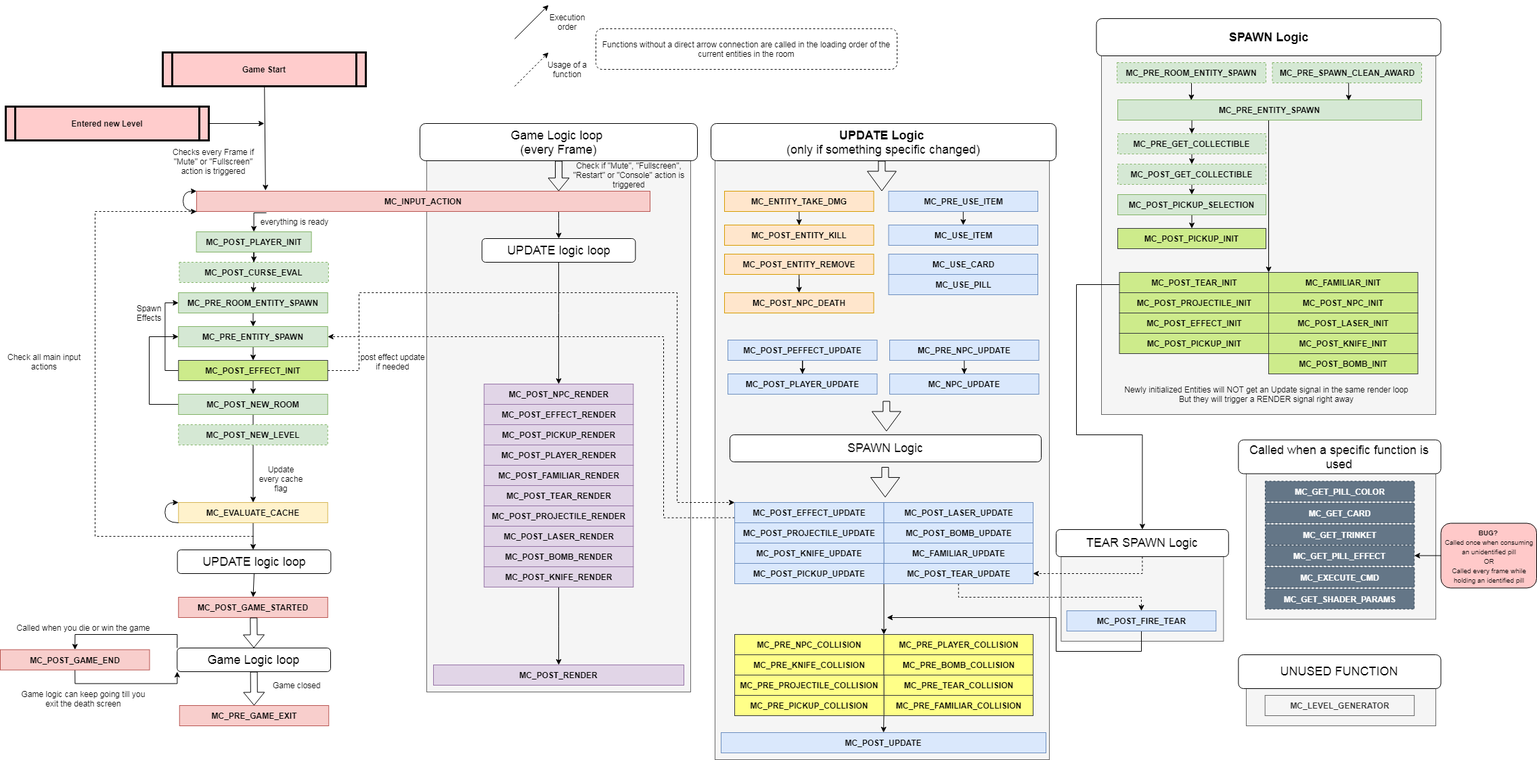
The draw.io diagram docs/images/infographics/Isaac Callbacks.png in wofsauge/IsaacDocs, before a commit. Source tidied: cells renumbered, new cells last; positions are measured from the earlier drawing's top-left corner, leaving out a move shared by most shapes.
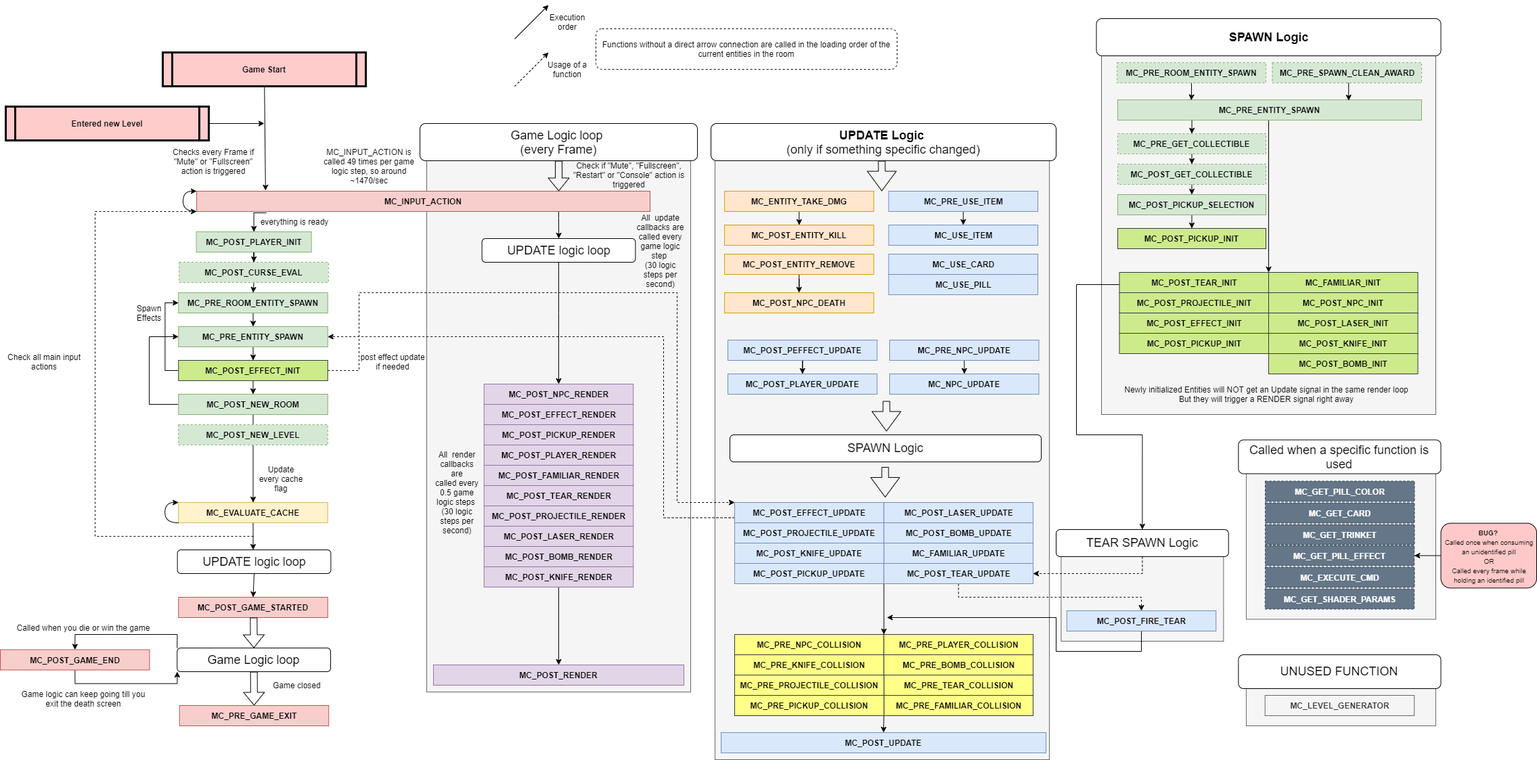
Above is the later version.

Commit message:
added excact execution counts one some crutial callbacks

The edit, as a diff of the source:
```diff
@@ -570,5 +570,14 @@
     <mxCell id="161" value="&lt;font style=&quot;font-size: 10px ; line-height: 60%&quot;&gt;&lt;b&gt;BUG?&lt;/b&gt; &lt;br&gt;Called once when consuming an unidentified pill&lt;br&gt;OR&lt;br&gt;Called every frame while holding an identified pill&lt;/font&gt;" style="rounded=1;whiteSpace=wrap;html=1;fillColor=#FFC9C9;" parent="1" vertex="1">
       <mxGeometry x="2128.5" y="765.6" width="141.5" height="95.8" as="geometry" />
     </mxCell>
+    <mxCell id="162" value="All&amp;nbsp; render callbacks are&lt;br&gt;called every 0.5 game logic steps &lt;br&gt;(30 logic steps per second)" style="text;html=1;strokeColor=none;fillColor=none;align=center;verticalAlign=middle;whiteSpace=wrap;rounded=0;" parent="1" vertex="1">
+      <mxGeometry x="640" y="672.5" width="70" height="95" as="geometry" />
+    </mxCell>
+    <mxCell id="163" value="All&amp;nbsp; update callbacks are&lt;br&gt;called every game logic step&amp;nbsp;&lt;br&gt;(30 logic steps per second)" style="text;html=1;strokeColor=none;fillColor=none;align=center;verticalAlign=middle;whiteSpace=wrap;rounded=0;" parent="1" vertex="1">
+      <mxGeometry x="938.4" y="315" width="74.8" height="95" as="geometry" />
+    </mxCell>
+    <mxCell id="164" value="MC_INPUT_ACTION is called 49 times per game logic step, so around ~1470/sec" style="text;html=1;strokeColor=none;fillColor=none;align=center;verticalAlign=middle;whiteSpace=wrap;rounded=0;" parent="1" vertex="1">
+      <mxGeometry x="470" y="190" width="150" height="95" as="geometry" />
+    </mxCell>
   </root>
 </mxGraphModel>
```
